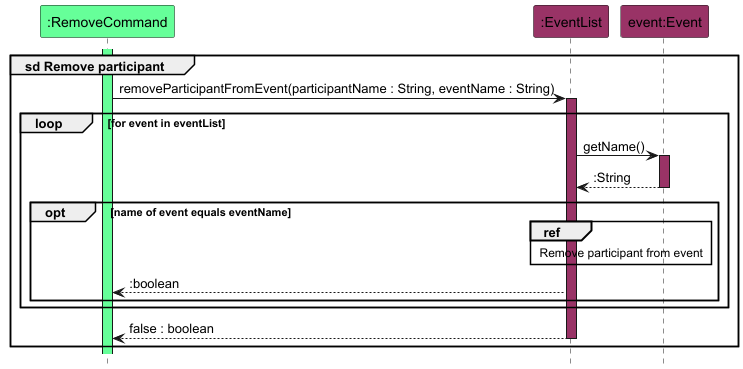
Above: docs/images/RemoveParticipantSequenceDiagram.png in nus-cs2113-AY2425S1/tp (PlantUML), before the change.
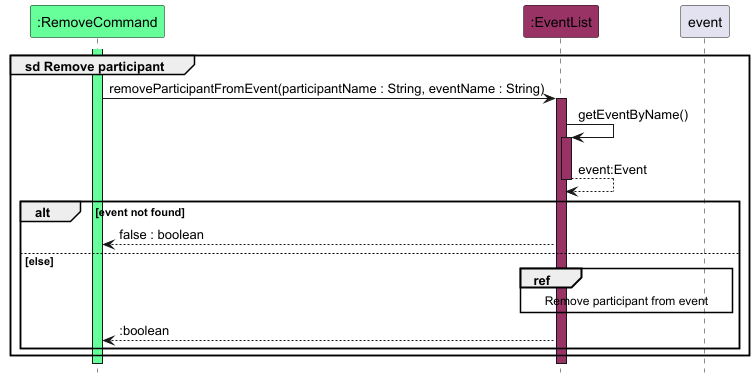
Later version of the same file.

The edit, as a diff of the source:
```diff
@@ -4,25 +4,23 @@
 
 participant ":RemoveCommand" as command COMMAND_COLOUR
 participant ":EventList" as eventList EVENT_COLOUR
-participant "event:Event" as event EVENT_COLOUR
 
 group sd Remove participant
     activate command COMMAND_COLOUR
     command -> eventList : removeParticipantFromEvent(participantName : String, eventName : String)
     activate eventList EVENT_COLOUR
 
-    loop for event in eventList
-        eventList -> event : getName()
-        activate event EVENT_COLOUR
+    eventList -> eventList : getEventByName()
+    activate eventList EVENT_COLOUR
 
-        return :String
+    return event:Event
 
-        opt name of event equals eventName
-            ref over eventList, event : Remove participant from event
-            eventList --> command : :boolean
-        end
+    alt event not found
+        eventList --> command : false : boolean
+    else else
+        ref over eventList, event : Remove participant from event
+        eventList --> command : :boolean
     end
-    return false : boolean
 end
 
 
```
